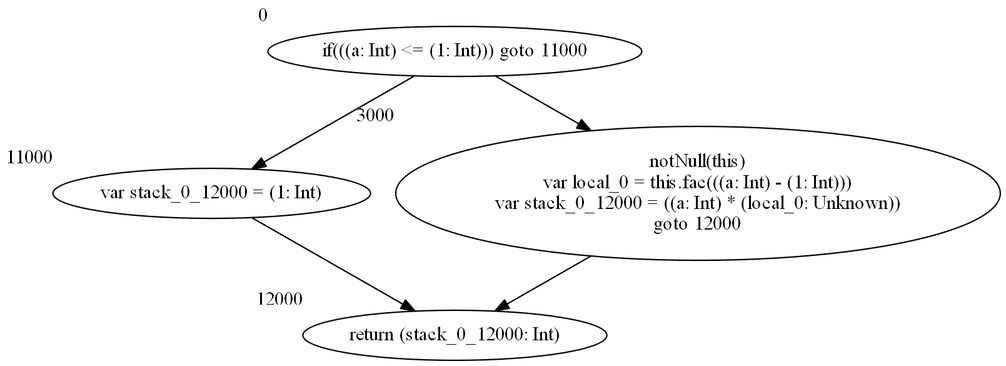
The Graphviz diagram graph.dot.png in Katrix/Scarlet, before a commit. Its source is kept beside it as graph.dot.
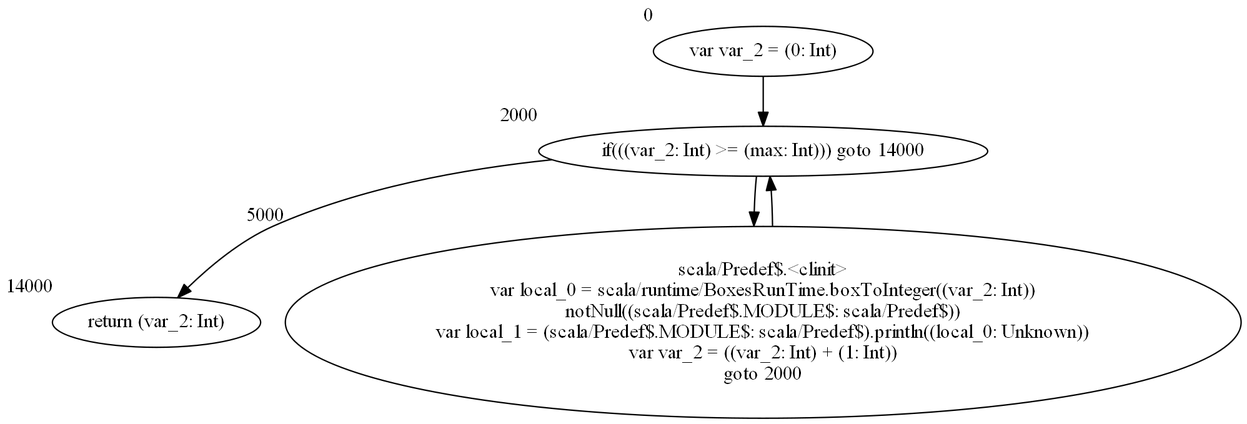
After the change.

Change to the diagram source:
```diff
@@ -1,10 +1,10 @@
 digraph CodeCFG {
-	0 -> 11000
-	0 -> 3000
-	3000 -> 12000
-	3000 [label = <notNull(this)<BR />var local_0 = this.fac(((a: Int) - (1: Int)))<BR />var stack_0_12000 = ((a: Int) * (local_0: Unknown))<BR />goto 12000>, xlabel = 3000]
-	12000 [label = <return (stack_0_12000: Int)>, xlabel = 12000]
-	11000 [label = <var stack_0_12000 = (1: Int)>, xlabel = 11000]
-	11000 -> 12000
-	0 [label = <if(((a: Int) &lt;= (1: Int))) goto 11000>, xlabel = 0]
+	2000 -> 14000
+	2000 -> 5000
+	14000 [label = <return (var_2: Int)>, xlabel = 14000]
+	5000 -> 2000
+	5000 [label = <scala/Predef$.&lt;clinit&gt;<BR />var local_0 = scala/runtime/BoxesRunTime.boxToInteger((var_2: Int))<BR />notNull((scala/Predef$.MODULE$: scala/Predef$))<BR />var local_1 = (scala/Predef$.MODULE$: scala/Predef$).println((local_0: Unknown))<BR />var var_2 = ((var_2: Int) + (1: Int))<BR />goto 2000>, xlabel = 5000]
+	0 [label = <var var_2 = (0: Int)>, xlabel = 0]
+	0 -> 2000
+	2000 [label = <if(((var_2: Int) &gt;= (max: Int))) goto 14000>, xlabel = 2000]
 }
```
